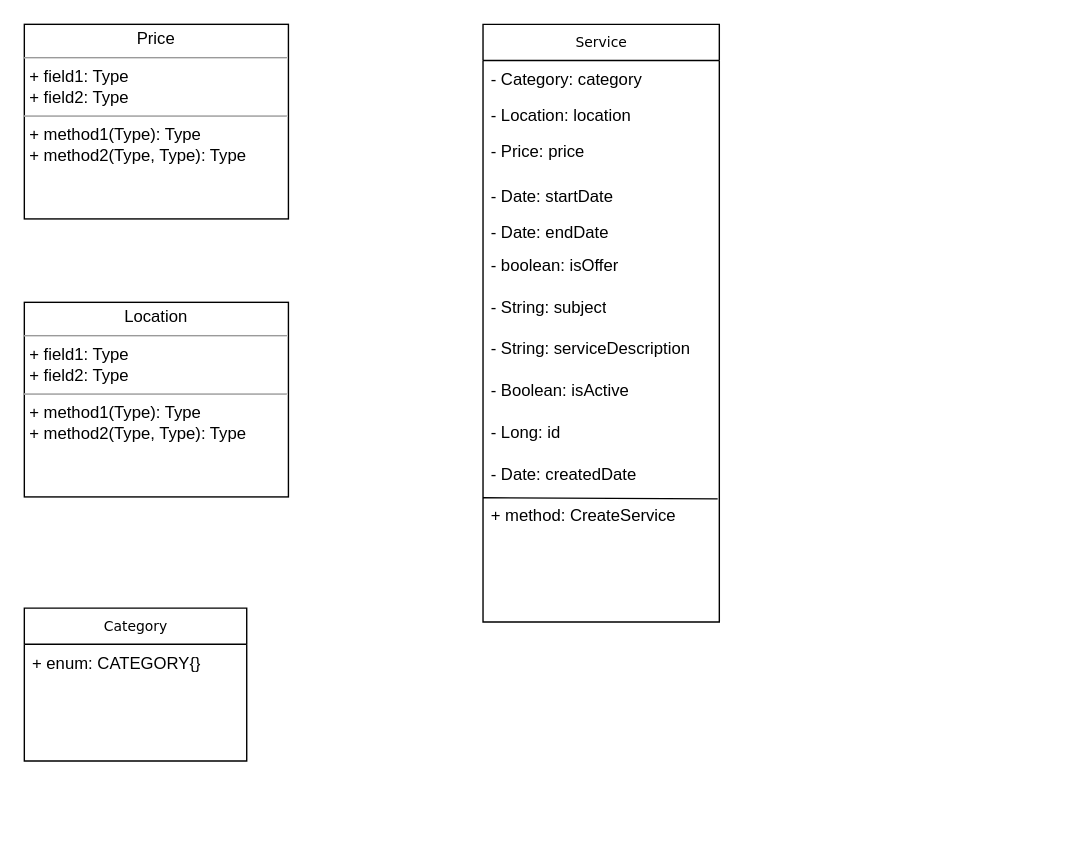
Before: HelppyUML.drawio in StanislavRa/group_A_Helppy, a draw.io diagram. Source tidied: cells renumbered, new cells numbered last; positions are measured from the earlier drawing's top-left corner, leaving out a move shared by most shapes. Both pictures are drawn from the tidied source at 139%, with x=0, y=0 at pixel (24, 24).
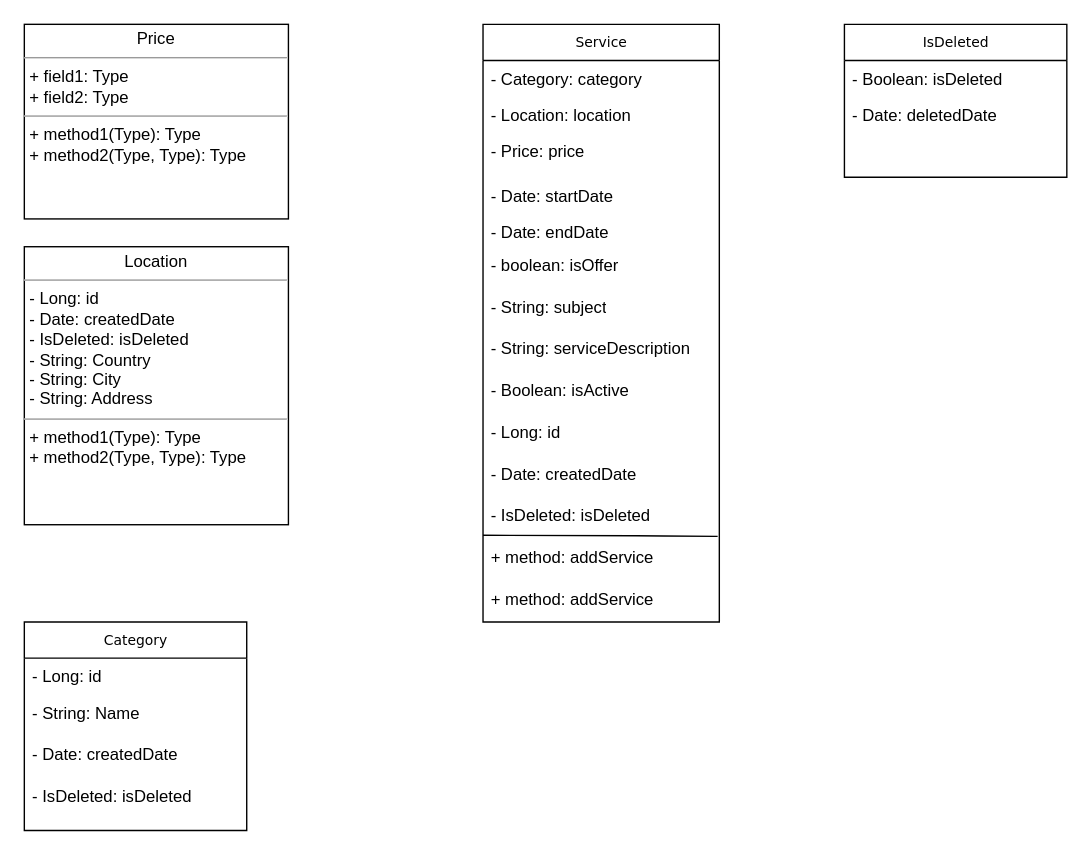
Above is the later version.

Unchanged cells that the change refers to:
```xml
<mxCell id="4" value="Service" style="swimlane;html=1;fontStyle=0;horizontal=1;startSize=26;fillColor=none;swimlaneFillColor=#ffffff;rounded=0;shadow=0;comic=0;labelBackgroundColor=none;strokeWidth=1;fontFamily=Verdana;fontSize=10;align=center;" parent="1" vertex="1">
  <mxGeometry x="330" width="170" height="430" as="geometry" />
</mxCell>
<mxCell id="15" value="- Date: createdDate" style="text;html=1;strokeColor=none;fillColor=none;align=left;verticalAlign=top;spacingLeft=4;spacingRight=4;whiteSpace=wrap;overflow=hidden;points=[[0,0.5],[1,0.5]];portConstraint=eastwest;" parent="4" vertex="1">
  <mxGeometry y="310" width="170" height="30" as="geometry" />
</mxCell>
```

Diff of the diagram source:
```diff
@@
     <mxCell id="2" value="Category" style="swimlane;html=1;fontStyle=0;horizontal=1;startSize=26;fillColor=none;swimlaneFillColor=#ffffff;rounded=0;shadow=0;comic=0;labelBackgroundColor=none;strokeWidth=1;fontFamily=Verdana;fontSize=10;align=center;" parent="1" vertex="1">
-      <mxGeometry y="420" width="160" height="110" as="geometry" />
+      <mxGeometry y="430" width="160" height="150" as="geometry" />
     </mxCell>
-    <mxCell id="3" value="+ enum: CATEGORY{}" style="text;html=1;strokeColor=none;fillColor=none;align=left;verticalAlign=top;spacingLeft=4;spacingRight=4;whiteSpace=wrap;overflow=hidden;" parent="2" vertex="1">
+    <mxCell id="3" value="- Long: id" style="text;html=1;strokeColor=none;fillColor=none;align=left;verticalAlign=top;spacingLeft=4;spacingRight=4;whiteSpace=wrap;overflow=hidden;" parent="2" vertex="1">
       <mxGeometry y="26" width="160" height="26" as="geometry" />
     </mxCell>
+    <mxCell id="20" value="- String: Name" style="text;html=1;strokeColor=none;fillColor=none;align=left;verticalAlign=top;spacingLeft=4;spacingRight=4;whiteSpace=wrap;overflow=hidden;" parent="2" vertex="1">
+      <mxGeometry y="52" width="160" height="30" as="geometry" />
+    </mxCell>
+    <mxCell id="21" value="- Date: createdDate" style="text;html=1;strokeColor=none;fillColor=none;align=left;verticalAlign=top;spacingLeft=4;spacingRight=4;whiteSpace=wrap;overflow=hidden;" parent="2" vertex="1">
+      <mxGeometry y="82" width="160" height="30" as="geometry" />
+    </mxCell>
+    <mxCell id="22" value="- IsDeleted: isDeleted" style="text;html=1;strokeColor=none;fillColor=none;align=left;verticalAlign=top;spacingLeft=4;spacingRight=4;whiteSpace=wrap;overflow=hidden;" parent="2" vertex="1">
+      <mxGeometry y="112" width="160" height="30" as="geometry" />
+    </mxCell>
@@
-    <mxCell id="16" style="endArrow=none;html=1;exitX=0;exitY=1.02;exitDx=0;exitDy=0;exitPerimeter=0;entryX=0.993;entryY=1.047;entryDx=0;entryDy=0;entryPerimeter=0;" parent="4" edge="1" source="15" target="15">
-      <mxGeometry relative="1" as="geometry" />
+    <mxCell id="16" style="endArrow=none;html=1;exitX=0;exitY=1.02;exitDx=0;exitDy=0;exitPerimeter=0;entryX=0.993;entryY=1.047;entryDx=0;entryDy=0;entryPerimeter=0;" parent="4" edge="1">
+      <mxGeometry relative="1" as="geometry">
+        <mxPoint y="367.6" as="sourcePoint" />
+        <mxPoint x="168.8" y="368.4" as="targetPoint" />
+        <Array as="points">
+          <mxPoint x="120" y="368" />
+        </Array>
+      </mxGeometry>
     </mxCell>
+    <mxCell id="23" value="- IsDeleted: isDeleted" style="text;html=1;strokeColor=none;fillColor=none;align=left;verticalAlign=top;spacingLeft=4;spacingRight=4;whiteSpace=wrap;overflow=hidden;" parent="4" vertex="1">
+      <mxGeometry y="340" width="170" height="30" as="geometry" />
+    </mxCell>
-    <mxCell id="17" value="+ method: CreateService" style="text;html=1;strokeColor=none;fillColor=none;align=left;verticalAlign=top;spacingLeft=4;spacingRight=4;whiteSpace=wrap;overflow=hidden;" parent="4" vertex="1">
-      <mxGeometry y="340" width="170" height="30" as="geometry" />
+    <mxCell id="17" value="+ method: addService" style="text;html=1;strokeColor=none;fillColor=none;align=left;verticalAlign=top;spacingLeft=4;spacingRight=4;whiteSpace=wrap;overflow=hidden;" parent="4" vertex="1">
+      <mxGeometry y="370" width="170" height="30" as="geometry" />
     </mxCell>
+    <mxCell id="24" value="+ method: addService" style="text;html=1;strokeColor=none;fillColor=none;align=left;verticalAlign=top;spacingLeft=4;spacingRight=4;whiteSpace=wrap;overflow=hidden;" parent="4" vertex="1">
+      <mxGeometry y="400" width="170" height="30" as="geometry" />
+    </mxCell>
-    <mxCell id="18" value="&lt;p style=&quot;margin: 0px ; margin-top: 4px ; text-align: center&quot;&gt;Location&lt;/p&gt;&lt;hr size=&quot;1&quot;&gt;&lt;p style=&quot;margin: 0px ; margin-left: 4px&quot;&gt;+ field1: Type&lt;br&gt;+ field2: Type&lt;/p&gt;&lt;hr size=&quot;1&quot;&gt;&lt;p style=&quot;margin: 0px ; margin-left: 4px&quot;&gt;+ method1(Type): Type&lt;br&gt;+ method2(Type, Type): Type&lt;/p&gt;" style="verticalAlign=top;align=left;overflow=fill;fontSize=12;fontFamily=Helvetica;html=1;rounded=0;shadow=0;comic=0;labelBackgroundColor=none;strokeWidth=1;" parent="1" vertex="1">
-      <mxGeometry y="200" width="190" height="140" as="geometry" />
+    <mxCell id="18" value="&lt;p style=&quot;margin: 0px ; margin-top: 4px ; text-align: center&quot;&gt;Location&lt;/p&gt;&lt;hr size=&quot;1&quot;&gt;&lt;p style=&quot;margin: 0px ; margin-left: 4px&quot;&gt;- Long: id&lt;br&gt;- Date: createdDate&lt;/p&gt;&lt;p style=&quot;margin: 0px ; margin-left: 4px&quot;&gt;- IsDeleted: isDeleted&lt;/p&gt;&lt;p style=&quot;margin: 0px ; margin-left: 4px&quot;&gt;- String: Country&lt;/p&gt;&lt;p style=&quot;margin: 0px ; margin-left: 4px&quot;&gt;- String: City&lt;/p&gt;&lt;p style=&quot;margin: 0px ; margin-left: 4px&quot;&gt;- String: Address&lt;/p&gt;&lt;hr size=&quot;1&quot;&gt;&lt;p style=&quot;margin: 0px ; margin-left: 4px&quot;&gt;+ method1(Type): Type&lt;br&gt;+ method2(Type, Type): Type&lt;/p&gt;" style="verticalAlign=top;align=left;overflow=fill;fontSize=12;fontFamily=Helvetica;html=1;rounded=0;shadow=0;comic=0;labelBackgroundColor=none;strokeWidth=1;" parent="1" vertex="1">
+      <mxGeometry y="160" width="190" height="200" as="geometry" />
     </mxCell>
@@
+    <mxCell id="25" value="IsDeleted" style="swimlane;html=1;fontStyle=0;horizontal=1;startSize=26;fillColor=none;swimlaneFillColor=#ffffff;rounded=0;shadow=0;comic=0;labelBackgroundColor=none;strokeWidth=1;fontFamily=Verdana;fontSize=10;align=center;" parent="1" vertex="1">
+      <mxGeometry x="590" width="160" height="110" as="geometry" />
+    </mxCell>
+    <mxCell id="26" value="- Boolean: isDeleted" style="text;html=1;strokeColor=none;fillColor=none;align=left;verticalAlign=top;spacingLeft=4;spacingRight=4;whiteSpace=wrap;overflow=hidden;" parent="25" vertex="1">
+      <mxGeometry y="26" width="160" height="26" as="geometry" />
+    </mxCell>
+    <mxCell id="27" value="- Date: deletedDate" style="text;html=1;strokeColor=none;fillColor=none;align=left;verticalAlign=top;spacingLeft=4;spacingRight=4;whiteSpace=wrap;overflow=hidden;" parent="25" vertex="1">
+      <mxGeometry y="52" width="160" height="26" as="geometry" />
+    </mxCell>
```
